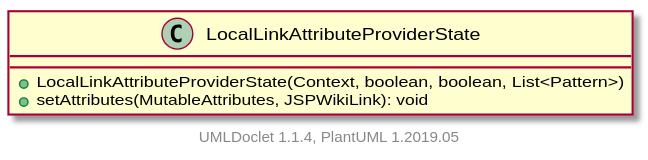
The PlantUML diagram apidocs/2.11.0.M8-SNAPSHOT/org/apache/wiki/markdown/extensions/jspwikilinks/attributeprovider/LocalLinkAttributeProviderState.svg in apache/jspwiki-site, before a commit.
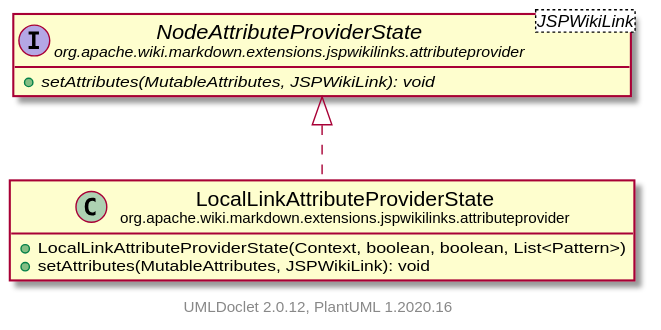
Above is the later version.

Change to the diagram source:
```diff
@@ -1,10 +1,18 @@
 @startuml
+    set namespaceSeparator none
+    hide empty fields
+    hide empty methods
 
-    class LocalLinkAttributeProviderState [[LocalLinkAttributeProviderState.html]] {
+    class "<size:14>LocalLinkAttributeProviderState\n<size:10>org.apache.wiki.markdown.extensions.jspwikilinks.attributeprovider" as org.apache.wiki.markdown.extensions.jspwikilinks.attributeprovider.LocalLinkAttributeProviderState [[LocalLinkAttributeProviderState.html]] {
         +LocalLinkAttributeProviderState(Context, boolean, boolean, List<Pattern>)
         +setAttributes(MutableAttributes, JSPWikiLink): void
     }
 
+    interface "<size:14>NodeAttributeProviderState\n<size:10>org.apache.wiki.markdown.extensions.jspwikilinks.attributeprovider" as org.apache.wiki.markdown.extensions.jspwikilinks.attributeprovider.NodeAttributeProviderState<JSPWikiLink> [[NodeAttributeProviderState.html]] {
+        {abstract} +setAttributes(MutableAttributes, JSPWikiLink): void
+    }
 
-    center footer UMLDoclet 1.1.4, PlantUML 1.2019.05
+    org.apache.wiki.markdown.extensions.jspwikilinks.attributeprovider.NodeAttributeProviderState <|.. org.apache.wiki.markdown.extensions.jspwikilinks.attributeprovider.LocalLinkAttributeProviderState
+
+    center footer UMLDoclet 2.0.12, PlantUML 1.2020.16
 @enduml
```
